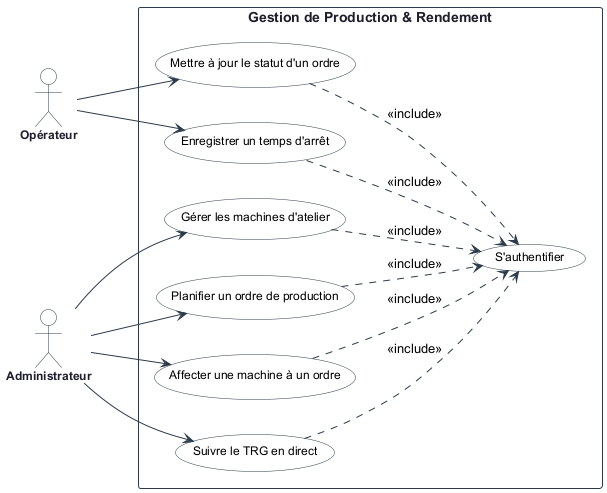
Above: Rapport/diagrams/sprint2_usecase.png in ayoubmek/PFE_data_science (PlantUML), before the change.
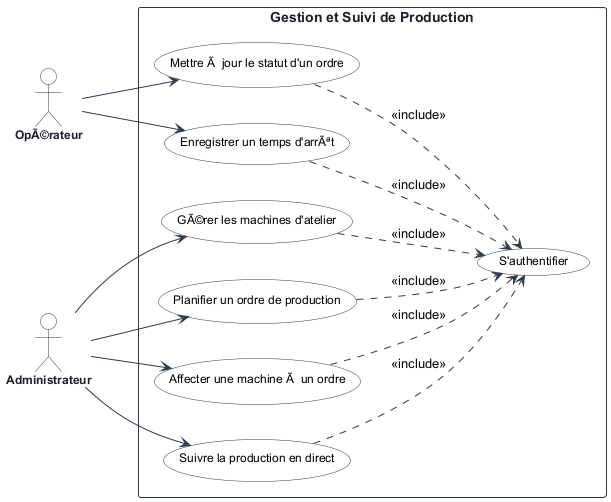
Later version of the same file.

Change to the diagram source:
```diff
@@ -27,17 +27,17 @@
     FontColor #1E1E2D
 }
 
-actor "Opérateur" as OPE
+actor "OpÃ©rateur" as OPE
 actor "Administrateur" as ADM
 
-rectangle "Gestion de Production & Rendement" {
+rectangle "Gestion et Suivi de Production" {
     usecase "S'authentifier" as UC_Auth
-    usecase "Mettre à jour le statut d'un ordre" as UC24
-    usecase "Enregistrer un temps d'arrêt" as UC26
-    usecase "Gérer les machines d'atelier" as UC21
+    usecase "Mettre Ã  jour le statut d'un ordre" as UC24
+    usecase "Enregistrer un temps d'arrÃªt" as UC26
+    usecase "GÃ©rer les machines d'atelier" as UC21
     usecase "Planifier un ordre de production" as UC22
-    usecase "Affecter une machine à un ordre" as UC23
-    usecase "Suivre le TRG en direct" as UC25
+    usecase "Affecter une machine Ã  un ordre" as UC23
+    usecase "Suivre la production en direct" as UC25
 }
 
 OPE --> UC24
```
